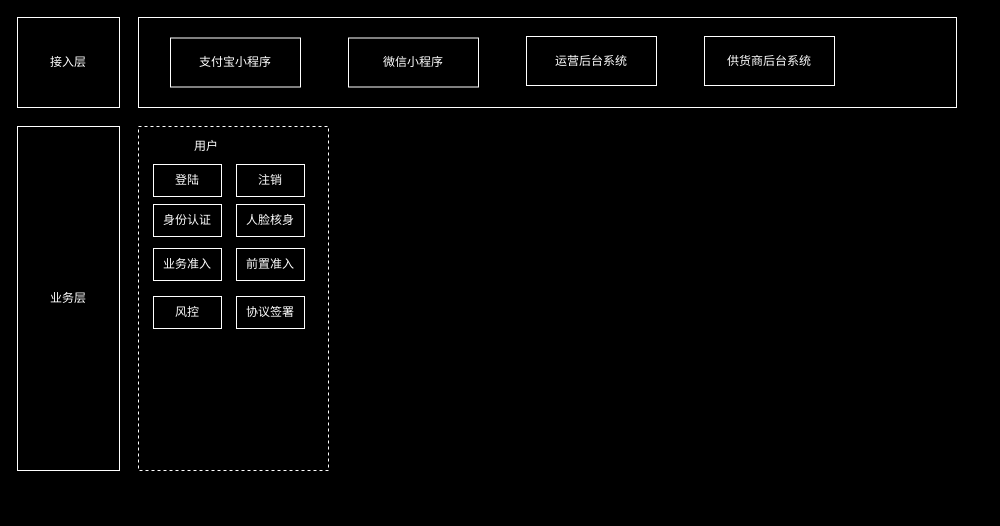
This is 业务架构.drawio from zhaoershuang/flow-chart, a draw.io file, before an edit. Source tidied: cells renumbered, new cells numbered last; positions are measured from the earlier drawing's top-left corner, leaving out a move shared by most shapes. Both pictures are drawn from the tidied source at 100%, with x=0, y=0 at pixel (17, 17).
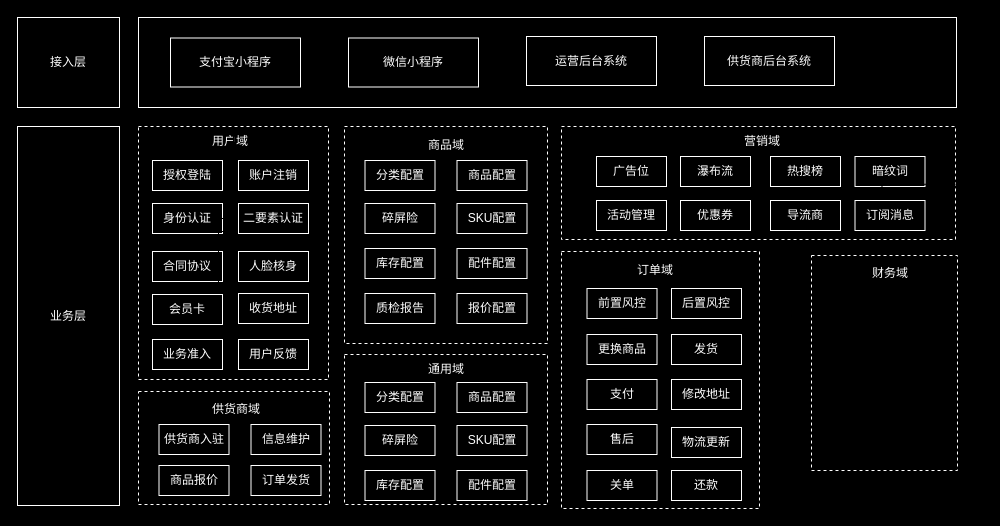
The same page after the edit.

Commit message (it also covers changes not shown here):
更新业务架构.drawio

Change to the diagram source:
```diff
@@
+    <mxCell id="20" style="rounded=0;whiteSpace=wrap;html=1;labelBackgroundColor=none;fillColor=none;strokeWidth=1;strokeColor=#FFFFFF;dashed=1;fontColor=#FEFAE0;" parent="1" vertex="1">
+      <mxGeometry x="544" y="234" width="198" height="257" as="geometry" />
+    </mxCell>
@@
     <mxCell id="3" value="&lt;font color=&quot;#ffffff&quot;&gt;业务层&lt;/font&gt;" style="rounded=0;whiteSpace=wrap;html=1;labelBackgroundColor=none;fillColor=none;strokeWidth=1;strokeColor=#FFFFFF;fontColor=#FEFAE0;" parent="1" vertex="1">
-      <mxGeometry y="109" width="102" height="344" as="geometry" />
+      <mxGeometry y="109" width="102" height="379" as="geometry" />
     </mxCell>
@@
     <mxCell id="9" style="rounded=0;whiteSpace=wrap;html=1;labelBackgroundColor=none;fillColor=none;strokeWidth=1;strokeColor=#FFFFFF;dashed=1;fontColor=#FEFAE0;" parent="1" vertex="1">
-      <mxGeometry x="121" y="109" width="190" height="344" as="geometry" />
+      <mxGeometry x="121" y="109" width="190" height="253" as="geometry" />
     </mxCell>
-    <mxCell id="10" value="&lt;font color=&quot;#ffffff&quot;&gt;用户&lt;/font&gt;" style="text;html=1;align=center;verticalAlign=middle;whiteSpace=wrap;rounded=0;labelBackgroundColor=none;fontColor=#FEFAE0;strokeColor=none;" parent="1" vertex="1">
-      <mxGeometry x="159" y="114" width="60" height="30" as="geometry" />
+    <mxCell id="10" value="&lt;font color=&quot;#ffffff&quot;&gt;用户域&lt;/font&gt;" style="text;html=1;align=center;verticalAlign=middle;whiteSpace=wrap;rounded=0;labelBackgroundColor=none;fontColor=#FEFAE0;strokeColor=none;" parent="1" vertex="1">
+      <mxGeometry x="183" y="109" width="60" height="30" as="geometry" />
     </mxCell>
-    <mxCell id="11" value="登陆" style="rounded=0;whiteSpace=wrap;html=1;labelBackgroundColor=none;fillColor=none;strokeWidth=1;strokeColor=#FFFFFF;fontColor=#ffffff;" parent="1" vertex="1">
-      <mxGeometry x="136" y="147" width="68" height="32" as="geometry" />
+    <mxCell id="11" value="授权登陆" style="rounded=0;whiteSpace=wrap;html=1;labelBackgroundColor=none;fillColor=none;strokeWidth=1;strokeColor=#FFFFFF;fontColor=#ffffff;" parent="1" vertex="1">
+      <mxGeometry x="135" y="143" width="70" height="30" as="geometry" />
     </mxCell>
-    <mxCell id="12" value="注销" style="rounded=0;whiteSpace=wrap;html=1;labelBackgroundColor=none;fillColor=none;strokeWidth=1;strokeColor=#FFFFFF;fontColor=#ffffff;" parent="1" vertex="1">
-      <mxGeometry x="219" y="147" width="68" height="32" as="geometry" />
+    <mxCell id="12" value="账户注销" style="rounded=0;whiteSpace=wrap;html=1;labelBackgroundColor=none;fillColor=none;strokeWidth=1;strokeColor=#FFFFFF;fontColor=#ffffff;" parent="1" vertex="1">
+      <mxGeometry x="221" y="143" width="70" height="30" as="geometry" />
     </mxCell>
-    <mxCell id="13" style="edgeStyle=orthogonalEdgeStyle;rounded=0;jettySize=auto;html=1;" parent="1" edge="1" source="14" target="12">
+    <mxCell id="13" style="edgeStyle=orthogonalEdgeStyle;rounded=0;jettySize=auto;html=1;" parent="1" edge="1" source="15" target="12">
       <mxGeometry relative="1" as="geometry" />
     </mxCell>
     <mxCell id="14" value="身份认证" style="rounded=0;whiteSpace=wrap;html=1;labelBackgroundColor=none;fillColor=none;strokeWidth=1;strokeColor=#FFFFFF;fontColor=#ffffff;" parent="1" vertex="1">
-      <mxGeometry x="136" y="187" width="68" height="32" as="geometry" />
+      <mxGeometry x="135" y="186" width="70" height="30" as="geometry" />
     </mxCell>
-    <mxCell id="15" value="人脸核身" style="rounded=0;whiteSpace=wrap;html=1;labelBackgroundColor=none;fillColor=none;strokeWidth=1;strokeColor=#FFFFFF;fontColor=#ffffff;" parent="1" vertex="1">
-      <mxGeometry x="219" y="187" width="68" height="32" as="geometry" />
-    </mxCell>
     <mxCell id="16" value="业务准入" style="rounded=0;whiteSpace=wrap;html=1;labelBackgroundColor=none;fillColor=none;strokeWidth=1;strokeColor=#FFFFFF;fontColor=#ffffff;" parent="1" vertex="1">
-      <mxGeometry x="136" y="231" width="68" height="32" as="geometry" />
+      <mxGeometry x="135" y="322" width="70" height="30" as="geometry" />
     </mxCell>
-    <mxCell id="17" value="前置准入" style="rounded=0;whiteSpace=wrap;html=1;labelBackgroundColor=none;fillColor=none;strokeWidth=1;strokeColor=#FFFFFF;fontColor=#ffffff;" parent="1" vertex="1">
-      <mxGeometry x="219" y="231" width="68" height="32" as="geometry" />
+    <mxCell id="17" value="前置风控" style="rounded=0;whiteSpace=wrap;html=1;labelBackgroundColor=none;fillColor=none;strokeWidth=1;strokeColor=#FFFFFF;fontColor=#ffffff;" parent="1" vertex="1">
+      <mxGeometry x="569.5" y="271" width="70" height="30" as="geometry" />
     </mxCell>
-    <mxCell id="18" value="风控" style="rounded=0;whiteSpace=wrap;html=1;labelBackgroundColor=none;fillColor=none;strokeWidth=1;strokeColor=#FFFFFF;fontColor=#ffffff;" parent="1" vertex="1">
-      <mxGeometry x="136" y="279" width="68" height="32" as="geometry" />
+    <mxCell id="18" value="后置风控" style="rounded=0;whiteSpace=wrap;html=1;labelBackgroundColor=none;fillColor=none;strokeWidth=1;strokeColor=#FFFFFF;fontColor=#ffffff;" parent="1" vertex="1">
+      <mxGeometry x="654" y="271" width="70" height="30" as="geometry" />
     </mxCell>
-    <mxCell id="19" value="协议签署" style="rounded=0;whiteSpace=wrap;html=1;labelBackgroundColor=none;fillColor=none;strokeWidth=1;strokeColor=#FFFFFF;fontColor=#ffffff;" parent="1" vertex="1">
-      <mxGeometry x="219" y="279" width="68" height="32" as="geometry" />
+    <mxCell id="19" value="合同协议" style="rounded=0;whiteSpace=wrap;html=1;labelBackgroundColor=none;fillColor=none;strokeWidth=1;strokeColor=#FFFFFF;fontColor=#ffffff;" parent="1" vertex="1">
+      <mxGeometry x="135" y="234" width="70" height="30" as="geometry" />
     </mxCell>
+    <mxCell id="21" style="edgeStyle=orthogonalEdgeStyle;rounded=0;jettySize=auto;html=1;" parent="1" edge="1" source="27" target="15">
+      <mxGeometry relative="1" as="geometry" />
+    </mxCell>
+    <mxCell id="22" style="edgeStyle=orthogonalEdgeStyle;rounded=0;jettySize=auto;html=1;exitX=0.75;exitY=1;exitDx=0;exitDy=0;" parent="1" edge="1" source="15" target="9">
+      <mxGeometry relative="1" as="geometry" />
+    </mxCell>
+    <mxCell id="15" value="人脸核身" style="rounded=0;whiteSpace=wrap;html=1;labelBackgroundColor=none;fillColor=none;strokeWidth=1;strokeColor=#FFFFFF;fontColor=#ffffff;" parent="1" vertex="1">
+      <mxGeometry x="221" y="234" width="70" height="30" as="geometry" />
+    </mxCell>
+    <mxCell id="23" value="用户反馈" style="rounded=0;whiteSpace=wrap;html=1;labelBackgroundColor=none;fillColor=none;strokeWidth=1;strokeColor=#FFFFFF;fontColor=#ffffff;" parent="1" vertex="1">
+      <mxGeometry x="221" y="322" width="70" height="30" as="geometry" />
+    </mxCell>
+    <mxCell id="24" value="会员卡" style="rounded=0;whiteSpace=wrap;html=1;labelBackgroundColor=none;fillColor=none;strokeWidth=1;strokeColor=#FFFFFF;fontColor=#ffffff;" parent="1" vertex="1">
+      <mxGeometry x="135" y="277" width="70" height="30" as="geometry" />
+    </mxCell>
+    <mxCell id="25" value="收货地址" style="rounded=0;whiteSpace=wrap;html=1;labelBackgroundColor=none;fillColor=none;strokeWidth=1;strokeColor=#FFFFFF;fontColor=#ffffff;" parent="1" vertex="1">
+      <mxGeometry x="221" y="276" width="70" height="30" as="geometry" />
+    </mxCell>
+    <mxCell id="26" style="edgeStyle=orthogonalEdgeStyle;rounded=0;jettySize=auto;html=1;" parent="1" edge="1" source="14" target="27">
+      <mxGeometry relative="1" as="geometry" />
+    </mxCell>
+    <mxCell id="27" value="二要素认证" style="rounded=0;whiteSpace=wrap;html=1;labelBackgroundColor=none;fillColor=none;strokeWidth=1;strokeColor=#FFFFFF;fontColor=#ffffff;" parent="1" vertex="1">
+      <mxGeometry x="221" y="186" width="70" height="30" as="geometry" />
+    </mxCell>
+    <mxCell id="28" style="rounded=0;whiteSpace=wrap;html=1;labelBackgroundColor=none;fillColor=none;strokeWidth=1;strokeColor=#FFFFFF;dashed=1;fontColor=#FEFAE0;" parent="1" vertex="1">
+      <mxGeometry x="121" y="374" width="191" height="113" as="geometry" />
+    </mxCell>
+    <mxCell id="29" value="&lt;font color=&quot;#ffffff&quot;&gt;供货商域&lt;/font&gt;" style="text;html=1;align=center;verticalAlign=middle;whiteSpace=wrap;rounded=0;labelBackgroundColor=none;fontColor=#FEFAE0;strokeColor=none;" parent="1" vertex="1">
+      <mxGeometry x="189" y="377" width="60" height="30" as="geometry" />
+    </mxCell>
+    <mxCell id="30" style="rounded=0;whiteSpace=wrap;html=1;labelBackgroundColor=none;fillColor=none;strokeWidth=1;strokeColor=#FFFFFF;dashed=1;fontColor=#FEFAE0;" parent="1" vertex="1">
+      <mxGeometry x="327" y="109" width="203" height="217" as="geometry" />
+    </mxCell>
+    <mxCell id="31" style="edgeStyle=orthogonalEdgeStyle;rounded=0;jettySize=auto;html=1;" parent="1" edge="1" source="32" target="51">
+      <mxGeometry relative="1" as="geometry" />
+    </mxCell>
+    <mxCell id="32" value="&lt;font color=&quot;#ffffff&quot;&gt;商品域&lt;/font&gt;" style="text;html=1;align=center;verticalAlign=middle;whiteSpace=wrap;rounded=0;labelBackgroundColor=none;fontColor=#FEFAE0;strokeColor=none;" parent="1" vertex="1">
+      <mxGeometry x="398.5" y="113" width="60" height="30" as="geometry" />
+    </mxCell>
+    <mxCell id="33" style="rounded=0;whiteSpace=wrap;html=1;labelBackgroundColor=none;fillColor=none;strokeWidth=1;strokeColor=#FFFFFF;dashed=1;fontColor=#FEFAE0;" parent="1" vertex="1">
+      <mxGeometry x="544" y="109" width="394" height="113" as="geometry" />
+    </mxCell>
+    <mxCell id="34" value="&lt;font color=&quot;#ffffff&quot;&gt;营销域&lt;/font&gt;" style="text;html=1;align=center;verticalAlign=middle;whiteSpace=wrap;rounded=0;labelBackgroundColor=none;fontColor=#FEFAE0;strokeColor=none;" parent="1" vertex="1">
+      <mxGeometry x="703" y="109" width="84" height="30" as="geometry" />
+    </mxCell>
+    <mxCell id="35" value="&lt;font color=&quot;#ffffff&quot;&gt;订单域&lt;/font&gt;" style="text;html=1;align=center;verticalAlign=middle;whiteSpace=wrap;rounded=0;labelBackgroundColor=none;fontColor=#FEFAE0;strokeColor=none;" parent="1" vertex="1">
+      <mxGeometry x="608" y="238" width="60" height="30" as="geometry" />
+    </mxCell>
+    <mxCell id="36" style="rounded=0;whiteSpace=wrap;html=1;labelBackgroundColor=none;fillColor=none;strokeWidth=1;strokeColor=#FFFFFF;dashed=1;fontColor=#FEFAE0;" parent="1" vertex="1">
+      <mxGeometry x="794" y="238" width="146" height="215" as="geometry" />
+    </mxCell>
+    <mxCell id="37" value="&lt;font color=&quot;#ffffff&quot;&gt;财务域&lt;/font&gt;" style="text;html=1;align=center;verticalAlign=middle;whiteSpace=wrap;rounded=0;labelBackgroundColor=none;fontColor=#FEFAE0;strokeColor=none;" parent="1" vertex="1">
+      <mxGeometry x="842.5" y="241" width="60" height="30" as="geometry" />
+    </mxCell>
+    <mxCell id="38" value="供货商入驻" style="rounded=0;whiteSpace=wrap;html=1;labelBackgroundColor=none;fillColor=none;strokeWidth=1;strokeColor=#FFFFFF;fontColor=#ffffff;" parent="1" vertex="1">
+      <mxGeometry x="141.5" y="407" width="70" height="30" as="geometry" />
+    </mxCell>
+    <mxCell id="39" value="信息维护" style="rounded=0;whiteSpace=wrap;html=1;labelBackgroundColor=none;fillColor=none;strokeWidth=1;strokeColor=#FFFFFF;fontColor=#ffffff;" parent="1" vertex="1">
+      <mxGeometry x="233.5" y="407" width="70" height="30" as="geometry" />
+    </mxCell>
+    <mxCell id="40" value="广告位" style="rounded=0;whiteSpace=wrap;html=1;labelBackgroundColor=none;fillColor=none;strokeWidth=1;strokeColor=#FFFFFF;fontColor=#ffffff;" parent="1" vertex="1">
+      <mxGeometry x="579" y="139" width="70" height="30" as="geometry" />
+    </mxCell>
+    <mxCell id="41" value="瀑布流" style="rounded=0;whiteSpace=wrap;html=1;labelBackgroundColor=none;fillColor=none;strokeWidth=1;strokeColor=#FFFFFF;fontColor=#ffffff;" parent="1" vertex="1">
+      <mxGeometry x="663" y="139" width="70" height="30" as="geometry" />
+    </mxCell>
+    <mxCell id="42" value="热搜榜" style="rounded=0;whiteSpace=wrap;html=1;labelBackgroundColor=none;fillColor=none;strokeWidth=1;strokeColor=#FFFFFF;fontColor=#ffffff;" parent="1" vertex="1">
+      <mxGeometry x="753" y="139" width="70" height="30" as="geometry" />
+    </mxCell>
+    <mxCell id="43" value="暗纹词" style="rounded=0;whiteSpace=wrap;html=1;labelBackgroundColor=none;fillColor=none;strokeWidth=1;strokeColor=#FFFFFF;fontColor=#ffffff;" parent="1" vertex="1">
+      <mxGeometry x="837.5" y="139" width="70" height="30" as="geometry" />
+    </mxCell>
+    <mxCell id="44" value="商品报价" style="rounded=0;whiteSpace=wrap;html=1;labelBackgroundColor=none;fillColor=none;strokeWidth=1;strokeColor=#FFFFFF;fontColor=#ffffff;" parent="1" vertex="1">
+      <mxGeometry x="141.5" y="448" width="70" height="30" as="geometry" />
+    </mxCell>
+    <mxCell id="45" value="订单发货" style="rounded=0;whiteSpace=wrap;html=1;labelBackgroundColor=none;fillColor=none;strokeWidth=1;strokeColor=#FFFFFF;fontColor=#ffffff;" parent="1" vertex="1">
+      <mxGeometry x="233.5" y="448" width="70" height="30" as="geometry" />
+    </mxCell>
+    <mxCell id="46" style="edgeStyle=orthogonalEdgeStyle;rounded=0;orthogonalLoop=1;jettySize=auto;html=1;exitX=1;exitY=0.5;exitDx=0;exitDy=0;" parent="1" edge="1">
+      <mxGeometry relative="1" as="geometry">
+        <mxPoint x="957" y="166.5" as="sourcePoint" />
+        <mxPoint x="864" y="231" as="targetPoint" />
+      </mxGeometry>
+    </mxCell>
+    <mxCell id="47" value="活动管理" style="rounded=0;whiteSpace=wrap;html=1;labelBackgroundColor=none;fillColor=none;strokeWidth=1;strokeColor=#FFFFFF;fontColor=#ffffff;" parent="1" vertex="1">
+      <mxGeometry x="579" y="183" width="70" height="30" as="geometry" />
+    </mxCell>
+    <mxCell id="48" value="优惠券" style="rounded=0;whiteSpace=wrap;html=1;labelBackgroundColor=none;fillColor=none;strokeWidth=1;strokeColor=#FFFFFF;fontColor=#ffffff;" parent="1" vertex="1">
+      <mxGeometry x="663" y="183" width="70" height="30" as="geometry" />
+    </mxCell>
+    <mxCell id="49" value="导流商" style="rounded=0;whiteSpace=wrap;html=1;labelBackgroundColor=none;fillColor=none;strokeWidth=1;strokeColor=#FFFFFF;fontColor=#ffffff;" parent="1" vertex="1">
+      <mxGeometry x="753" y="183" width="70" height="30" as="geometry" />
+    </mxCell>
+    <mxCell id="50" value="订阅消息" style="rounded=0;whiteSpace=wrap;html=1;labelBackgroundColor=none;fillColor=none;strokeWidth=1;strokeColor=#FFFFFF;fontColor=#ffffff;" parent="1" vertex="1">
+      <mxGeometry x="837.5" y="183" width="70" height="30" as="geometry" />
+    </mxCell>
+    <mxCell id="51" value="分类配置" style="rounded=0;whiteSpace=wrap;html=1;labelBackgroundColor=none;fillColor=none;strokeWidth=1;strokeColor=#FFFFFF;fontColor=#ffffff;" parent="1" vertex="1">
+      <mxGeometry x="347.5" y="143" width="70" height="30" as="geometry" />
+    </mxCell>
+    <mxCell id="52" value="商品配置" style="rounded=0;whiteSpace=wrap;html=1;labelBackgroundColor=none;fillColor=none;strokeWidth=1;strokeColor=#FFFFFF;fontColor=#ffffff;" parent="1" vertex="1">
+      <mxGeometry x="439.5" y="143" width="70" height="30" as="geometry" />
+    </mxCell>
+    <mxCell id="53" value="碎屏险" style="rounded=0;whiteSpace=wrap;html=1;labelBackgroundColor=none;fillColor=none;strokeWidth=1;strokeColor=#FFFFFF;fontColor=#ffffff;" parent="1" vertex="1">
+      <mxGeometry x="347.5" y="186" width="70" height="30" as="geometry" />
+    </mxCell>
+    <mxCell id="54" value="SKU配置" style="rounded=0;whiteSpace=wrap;html=1;labelBackgroundColor=none;fillColor=none;strokeWidth=1;strokeColor=#FFFFFF;fontColor=#ffffff;" parent="1" vertex="1">
+      <mxGeometry x="439.5" y="186" width="70" height="30" as="geometry" />
+    </mxCell>
+    <mxCell id="55" value="库存配置" style="rounded=0;whiteSpace=wrap;html=1;labelBackgroundColor=none;fillColor=none;strokeWidth=1;strokeColor=#FFFFFF;fontColor=#ffffff;" parent="1" vertex="1">
+      <mxGeometry x="347.5" y="231" width="70" height="30" as="geometry" />
+    </mxCell>
+    <mxCell id="56" value="配件配置" style="rounded=0;whiteSpace=wrap;html=1;labelBackgroundColor=none;fillColor=none;strokeWidth=1;strokeColor=#FFFFFF;fontColor=#ffffff;" parent="1" vertex="1">
+      <mxGeometry x="439.5" y="231" width="70" height="30" as="geometry" />
+    </mxCell>
+    <mxCell id="57" value="质检报告" style="rounded=0;whiteSpace=wrap;html=1;labelBackgroundColor=none;fillColor=none;strokeWidth=1;strokeColor=#FFFFFF;fontColor=#ffffff;" parent="1" vertex="1">
+      <mxGeometry x="347.5" y="276" width="70" height="30" as="geometry" />
+    </mxCell>
+    <mxCell id="58" value="报价配置" style="rounded=0;whiteSpace=wrap;html=1;labelBackgroundColor=none;fillColor=none;strokeWidth=1;strokeColor=#FFFFFF;fontColor=#ffffff;" parent="1" vertex="1">
+      <mxGeometry x="439.5" y="276" width="70" height="30" as="geometry" />
+    </mxCell>
+    <mxCell id="59" value="发货" style="rounded=0;whiteSpace=wrap;html=1;labelBackgroundColor=none;fillColor=none;strokeWidth=1;strokeColor=#FFFFFF;fontColor=#ffffff;" parent="1" vertex="1">
+      <mxGeometry x="654" y="317" width="70" height="30" as="geometry" />
+    </mxCell>
+    <mxCell id="60" value="更换商品" style="rounded=0;whiteSpace=wrap;html=1;labelBackgroundColor=none;fillColor=none;strokeWidth=1;strokeColor=#FFFFFF;fontColor=#ffffff;" parent="1" vertex="1">
+      <mxGeometry x="569.5" y="317" width="70" height="30" as="geometry" />
+    </mxCell>
+    <mxCell id="61" value="售后" style="rounded=0;whiteSpace=wrap;html=1;labelBackgroundColor=none;fillColor=none;strokeWidth=1;strokeColor=#FFFFFF;fontColor=#ffffff;" parent="1" vertex="1">
+      <mxGeometry x="569.5" y="407" width="70" height="30" as="geometry" />
+    </mxCell>
+    <mxCell id="62" value="支付" style="rounded=0;whiteSpace=wrap;html=1;labelBackgroundColor=none;fillColor=none;strokeWidth=1;strokeColor=#FFFFFF;fontColor=#ffffff;" parent="1" vertex="1">
+      <mxGeometry x="569.5" y="362" width="70" height="30" as="geometry" />
+    </mxCell>
+    <mxCell id="63" value="还款" style="rounded=0;whiteSpace=wrap;html=1;labelBackgroundColor=none;fillColor=none;strokeWidth=1;strokeColor=#FFFFFF;fontColor=#ffffff;" parent="1" vertex="1">
+      <mxGeometry x="654" y="453" width="70" height="30" as="geometry" />
+    </mxCell>
+    <mxCell id="64" value="关单" style="rounded=0;whiteSpace=wrap;html=1;labelBackgroundColor=none;fillColor=none;strokeWidth=1;strokeColor=#FFFFFF;fontColor=#ffffff;" parent="1" vertex="1">
+      <mxGeometry x="569.5" y="453" width="70" height="30" as="geometry" />
+    </mxCell>
+    <mxCell id="65" value="修改地址" style="rounded=0;whiteSpace=wrap;html=1;labelBackgroundColor=none;fillColor=none;strokeWidth=1;strokeColor=#FFFFFF;fontColor=#ffffff;" parent="1" vertex="1">
+      <mxGeometry x="654" y="362" width="70" height="30" as="geometry" />
+    </mxCell>
+    <mxCell id="66" value="物流更新" style="rounded=0;whiteSpace=wrap;html=1;labelBackgroundColor=none;fillColor=none;strokeWidth=1;strokeColor=#FFFFFF;fontColor=#ffffff;" parent="1" vertex="1">
+      <mxGeometry x="654" y="410" width="70" height="30" as="geometry" />
+    </mxCell>
+    <mxCell id="67" style="rounded=0;whiteSpace=wrap;html=1;labelBackgroundColor=none;fillColor=none;strokeWidth=1;strokeColor=#FFFFFF;dashed=1;fontColor=#FEFAE0;" parent="1" vertex="1">
+      <mxGeometry x="327" y="337" width="203" height="150" as="geometry" />
+    </mxCell>
+    <mxCell id="68" style="edgeStyle=orthogonalEdgeStyle;rounded=0;jettySize=auto;html=1;" parent="1" edge="1" target="70">
+      <mxGeometry relative="1" as="geometry">
+        <mxPoint x="428.5" y="365" as="sourcePoint" />
+      </mxGeometry>
+    </mxCell>
+    <mxCell id="69" value="&lt;font color=&quot;#ffffff&quot;&gt;通用域&lt;/font&gt;" style="text;html=1;align=center;verticalAlign=middle;whiteSpace=wrap;rounded=0;labelBackgroundColor=none;fontColor=#FEFAE0;strokeColor=none;" parent="1" vertex="1">
+      <mxGeometry x="398.5" y="337" width="60" height="30" as="geometry" />
+    </mxCell>
+    <mxCell id="70" value="分类配置" style="rounded=0;whiteSpace=wrap;html=1;labelBackgroundColor=none;fillColor=none;strokeWidth=1;strokeColor=#FFFFFF;fontColor=#ffffff;" parent="1" vertex="1">
+      <mxGeometry x="347.5" y="365" width="70" height="30" as="geometry" />
+    </mxCell>
+    <mxCell id="71" value="商品配置" style="rounded=0;whiteSpace=wrap;html=1;labelBackgroundColor=none;fillColor=none;strokeWidth=1;strokeColor=#FFFFFF;fontColor=#ffffff;" parent="1" vertex="1">
+      <mxGeometry x="439.5" y="365" width="70" height="30" as="geometry" />
+    </mxCell>
+    <mxCell id="72" value="碎屏险" style="rounded=0;whiteSpace=wrap;html=1;labelBackgroundColor=none;fillColor=none;strokeWidth=1;strokeColor=#FFFFFF;fontColor=#ffffff;" parent="1" vertex="1">
+      <mxGeometry x="347.5" y="408" width="70" height="30" as="geometry" />
+    </mxCell>
+    <mxCell id="73" value="SKU配置" style="rounded=0;whiteSpace=wrap;html=1;labelBackgroundColor=none;fillColor=none;strokeWidth=1;strokeColor=#FFFFFF;fontColor=#ffffff;" parent="1" vertex="1">
+      <mxGeometry x="439.5" y="408" width="70" height="30" as="geometry" />
+    </mxCell>
+    <mxCell id="74" value="库存配置" style="rounded=0;whiteSpace=wrap;html=1;labelBackgroundColor=none;fillColor=none;strokeWidth=1;strokeColor=#FFFFFF;fontColor=#ffffff;" parent="1" vertex="1">
+      <mxGeometry x="347.5" y="453" width="70" height="30" as="geometry" />
+    </mxCell>
+    <mxCell id="75" value="配件配置" style="rounded=0;whiteSpace=wrap;html=1;labelBackgroundColor=none;fillColor=none;strokeWidth=1;strokeColor=#FFFFFF;fontColor=#ffffff;" parent="1" vertex="1">
+      <mxGeometry x="439.5" y="453" width="70" height="30" as="geometry" />
+    </mxCell>
```
